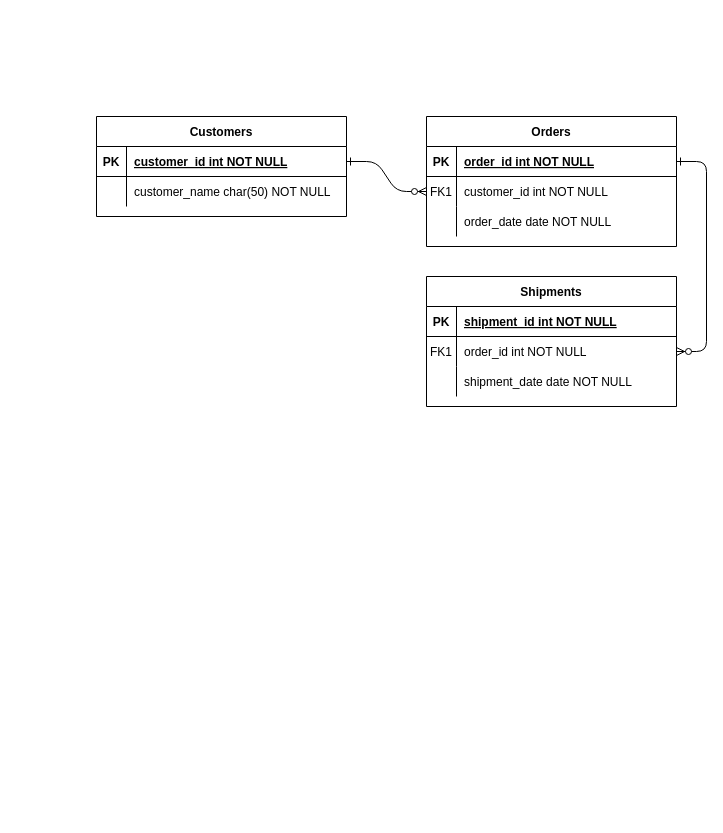
Before: Untitled Diagram.drawio in keepin-it-eazy/Keepin-it-Eazy, a draw.io diagram. Source tidied: cells renumbered, new cells numbered last; positions are measured from the earlier drawing's top-left corner, leaving out a move shared by most shapes. Both pictures are drawn from the tidied source at 100%, with x=0, y=0 at pixel (96, 116).
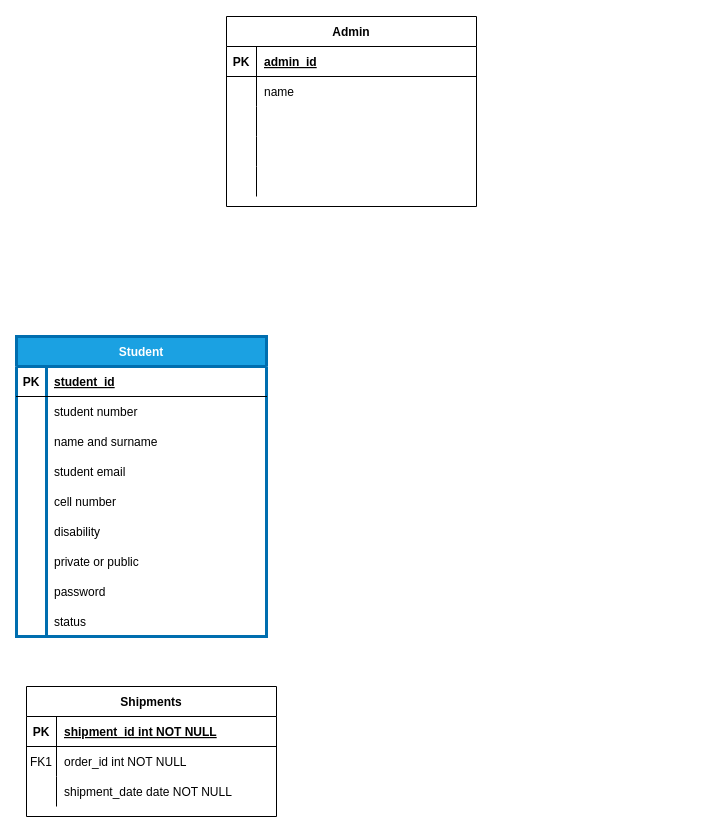
Above is the later version.

Unchanged cells that the change refers to:
```xml
<mxCell id="5" style="shape=partialRectangle;fillColor=none;points=[[0,0.5],[1,0.5]];portConstraint=eastwest;top=0;left=0;right=0;bottom=1;" parent="4" vertex="1">
  <mxGeometry y="30" width="250" height="30" as="geometry" />
</mxCell>
<mxCell id="8" style="shape=partialRectangle;fillColor=none;points=[[0,0.5],[1,0.5]];portConstraint=eastwest;top=0;left=0;right=0;bottom=0;" parent="4" vertex="1">
  <mxGeometry y="60" width="250" height="30" as="geometry" />
</mxCell>
<mxCell id="18" style="shape=partialRectangle;fillColor=none;points=[[0,0.5],[1,0.5]];portConstraint=eastwest;top=0;left=0;right=0;bottom=0;" parent="14" vertex="1">
  <mxGeometry y="60" width="250" height="30" as="geometry" />
</mxCell>
<mxCell id="25" style="shape=partialRectangle;fillColor=none;points=[[0,0.5],[1,0.5]];portConstraint=eastwest;top=0;left=0;right=0;bottom=1;" parent="24" vertex="1">
  <mxGeometry y="30" width="250" height="30" as="geometry" />
</mxCell>
<mxCell id="28" style="shape=partialRectangle;fillColor=none;top=0;left=0;right=0;bottom=0;" parent="24" vertex="1">
  <mxGeometry y="60" width="250" height="30" as="geometry" />
</mxCell>
```

Diff of the diagram source:
```diff
@@
-    <mxCell id="2" style="edgeStyle=entityRelationEdgeStyle;endArrow=ERzeroToMany;startArrow=ERone;endFill=1;startFill=0;" parent="1" edge="1" source="25" target="8">
-      <mxGeometry relative="1" as="geometry" />
-    </mxCell>
-    <mxCell id="3" style="edgeStyle=entityRelationEdgeStyle;endArrow=ERzeroToMany;startArrow=ERone;endFill=1;startFill=0;" parent="1" edge="1" source="5" target="18">
-      <mxGeometry relative="1" as="geometry" />
-    </mxCell>
-    <mxCell id="4" value="Orders" style="shape=table;startSize=30;childLayout=tableLayout;rowLines=0;fontStyle=1;align=center;" parent="1" vertex="1">
-      <mxGeometry x="330" width="250" height="130" as="geometry" />
+    <mxCell id="4" value="Student" style="shape=table;startSize=30;childLayout=tableLayout;rowLines=0;fontStyle=1;align=center;fillColor=light-dark(#1BA1E2,#1805C4);fontColor=light-dark(#FFFFFF,#FFFFFF);strokeColor=light-dark(#006EAF,#280BE7);strokeWidth=3;labelBackgroundColor=none;" parent="1" vertex="1">
+      <mxGeometry x="-80" y="220" width="250" height="300" as="geometry" />
     </mxCell>
@@
-    <mxCell id="7" value="order_id int NOT NULL " style="shape=partialRectangle;overflow=hidden;fillColor=none;top=0;left=0;bottom=0;right=0;align=left;spacingLeft=6;fontStyle=5;" parent="5" vertex="1">
+    <mxCell id="7" value="student_id" style="shape=partialRectangle;overflow=hidden;fillColor=none;top=0;left=0;bottom=0;right=0;align=left;spacingLeft=6;fontStyle=5;" parent="5" vertex="1">
       <mxGeometry x="30" width="220" height="30" as="geometry" />
     </mxCell>
@@
-    <mxCell id="9" value="FK1" style="shape=partialRectangle;overflow=hidden;fillColor=none;top=0;left=0;bottom=0;right=0;" parent="8" vertex="1">
+    <mxCell id="9" style="shape=partialRectangle;overflow=hidden;fillColor=none;top=0;left=0;bottom=0;right=0;" parent="8" vertex="1">
       <mxGeometry width="30" height="30" as="geometry" />
     </mxCell>
-    <mxCell id="10" value="customer_id int NOT NULL" style="shape=partialRectangle;overflow=hidden;fillColor=none;top=0;left=0;bottom=0;right=0;align=left;spacingLeft=6;" parent="8" vertex="1">
+    <mxCell id="10" value="student number" style="shape=partialRectangle;overflow=hidden;fillColor=none;top=0;left=0;bottom=0;right=0;align=left;spacingLeft=6;" parent="8" vertex="1">
       <mxGeometry x="30" width="220" height="30" as="geometry" />
     </mxCell>
+    <mxCell id="31" style="shape=partialRectangle;fillColor=none;top=0;left=0;right=0;bottom=0;" parent="4" vertex="1">
+      <mxGeometry y="90" width="250" height="30" as="geometry" />
+    </mxCell>
+    <mxCell id="32" style="shape=partialRectangle;overflow=hidden;fillColor=none;top=0;left=0;bottom=0;right=0;" parent="31" vertex="1">
+      <mxGeometry width="30" height="30" as="geometry" />
+    </mxCell>
+    <mxCell id="33" value="name and surname" style="shape=partialRectangle;overflow=hidden;fillColor=none;top=0;left=0;bottom=0;right=0;align=left;spacingLeft=6;" parent="31" vertex="1">
+      <mxGeometry x="30" width="220" height="30" as="geometry" />
+    </mxCell>
     <mxCell id="11" style="shape=partialRectangle;fillColor=none;top=0;left=0;right=0;bottom=0;" parent="4" vertex="1">
-      <mxGeometry y="90" width="250" height="30" as="geometry" />
+      <mxGeometry y="120" width="250" height="30" as="geometry" />
     </mxCell>
@@
-    <mxCell id="13" value="order_date date NOT NULL" style="shape=partialRectangle;overflow=hidden;fillColor=none;top=0;left=0;bottom=0;right=0;align=left;spacingLeft=6;" parent="11" vertex="1">
+    <mxCell id="13" value="student email" style="shape=partialRectangle;overflow=hidden;fillColor=none;top=0;left=0;bottom=0;right=0;align=left;spacingLeft=6;" parent="11" vertex="1">
       <mxGeometry x="30" width="220" height="30" as="geometry" />
     </mxCell>
+    <mxCell id="34" style="shape=partialRectangle;fillColor=none;top=0;left=0;right=0;bottom=0;" parent="4" vertex="1">
+      <mxGeometry y="150" width="250" height="30" as="geometry" />
+    </mxCell>
+    <mxCell id="35" style="shape=partialRectangle;overflow=hidden;fillColor=none;top=0;left=0;bottom=0;right=0;" parent="34" vertex="1">
+      <mxGeometry width="30" height="30" as="geometry" />
+    </mxCell>
+    <mxCell id="36" value="cell number" style="shape=partialRectangle;overflow=hidden;fillColor=none;top=0;left=0;bottom=0;right=0;align=left;spacingLeft=6;" parent="34" vertex="1">
+      <mxGeometry x="30" width="220" height="30" as="geometry" />
+    </mxCell>
+    <mxCell id="37" style="shape=partialRectangle;fillColor=none;top=0;left=0;right=0;bottom=0;" parent="4" vertex="1">
+      <mxGeometry y="180" width="250" height="30" as="geometry" />
+    </mxCell>
+    <mxCell id="38" style="shape=partialRectangle;overflow=hidden;fillColor=none;top=0;left=0;bottom=0;right=0;" parent="37" vertex="1">
+      <mxGeometry width="30" height="30" as="geometry" />
+    </mxCell>
+    <mxCell id="39" value="disability" style="shape=partialRectangle;overflow=hidden;fillColor=none;top=0;left=0;bottom=0;right=0;align=left;spacingLeft=6;" parent="37" vertex="1">
+      <mxGeometry x="30" width="220" height="30" as="geometry" />
+    </mxCell>
+    <mxCell id="40" style="shape=partialRectangle;fillColor=none;top=0;left=0;right=0;bottom=0;" parent="4" vertex="1">
+      <mxGeometry y="210" width="250" height="30" as="geometry" />
+    </mxCell>
+    <mxCell id="41" style="shape=partialRectangle;overflow=hidden;fillColor=none;top=0;left=0;bottom=0;right=0;" parent="40" vertex="1">
+      <mxGeometry width="30" height="30" as="geometry" />
+    </mxCell>
+    <mxCell id="42" value="private or public" style="shape=partialRectangle;overflow=hidden;fillColor=none;top=0;left=0;bottom=0;right=0;align=left;spacingLeft=6;" parent="40" vertex="1">
+      <mxGeometry x="30" width="220" height="30" as="geometry" />
+    </mxCell>
+    <mxCell id="43" style="shape=partialRectangle;fillColor=none;top=0;left=0;right=0;bottom=0;" parent="4" vertex="1">
+      <mxGeometry y="240" width="250" height="30" as="geometry" />
+    </mxCell>
+    <mxCell id="44" style="shape=partialRectangle;overflow=hidden;fillColor=none;top=0;left=0;bottom=0;right=0;" parent="43" vertex="1">
+      <mxGeometry width="30" height="30" as="geometry" />
+    </mxCell>
+    <mxCell id="45" value="password" style="shape=partialRectangle;overflow=hidden;fillColor=none;top=0;left=0;bottom=0;right=0;align=left;spacingLeft=6;" parent="43" vertex="1">
+      <mxGeometry x="30" width="220" height="30" as="geometry" />
+    </mxCell>
+    <mxCell id="46" style="shape=partialRectangle;fillColor=none;top=0;left=0;right=0;bottom=0;" parent="4" vertex="1">
+      <mxGeometry y="270" width="250" height="30" as="geometry" />
+    </mxCell>
+    <mxCell id="47" style="shape=partialRectangle;overflow=hidden;fillColor=none;top=0;left=0;bottom=0;right=0;" parent="46" vertex="1">
+      <mxGeometry width="30" height="30" as="geometry" />
+    </mxCell>
+    <mxCell id="48" value="status" style="shape=partialRectangle;overflow=hidden;fillColor=none;top=0;left=0;bottom=0;right=0;align=left;spacingLeft=6;" parent="46" vertex="1">
+      <mxGeometry x="30" width="220" height="30" as="geometry" />
+    </mxCell>
     <mxCell id="14" value="Shipments" style="shape=table;startSize=30;childLayout=tableLayout;rowLines=0;fontStyle=1;align=center;" parent="1" vertex="1">
-      <mxGeometry x="330" y="160" width="250" height="130" as="geometry" />
+      <mxGeometry x="-70" y="570" width="250" height="130" as="geometry" />
     </mxCell>
@@
-    <mxCell id="24" value="Customers" style="shape=table;startSize=30;childLayout=tableLayout;rowLines=0;fontStyle=1;align=center;" parent="1" vertex="1">
-      <mxGeometry width="250" height="100" as="geometry" />
+    <mxCell id="24" value="Admin" style="shape=table;startSize=30;childLayout=tableLayout;rowLines=0;fontStyle=1;align=center;" parent="1" vertex="1">
+      <mxGeometry x="130" y="-100" width="250" height="190" as="geometry" />
     </mxCell>
@@
-    <mxCell id="27" value="customer_id int NOT NULL " style="shape=partialRectangle;overflow=hidden;fillColor=none;top=0;left=0;bottom=0;right=0;align=left;spacingLeft=6;fontStyle=5;" parent="25" vertex="1">
+    <mxCell id="27" value="admin_id" style="shape=partialRectangle;overflow=hidden;fillColor=none;top=0;left=0;bottom=0;right=0;align=left;spacingLeft=6;fontStyle=5;" parent="25" vertex="1">
       <mxGeometry x="30" width="220" height="30" as="geometry" />
     </mxCell>
@@
-    <mxCell id="30" value="customer_name char(50) NOT NULL" style="shape=partialRectangle;overflow=hidden;fillColor=none;top=0;left=0;bottom=0;right=0;align=left;spacingLeft=6;" parent="28" vertex="1">
+    <mxCell id="30" value="name " style="shape=partialRectangle;overflow=hidden;fillColor=none;top=0;left=0;bottom=0;right=0;align=left;spacingLeft=6;" parent="28" vertex="1">
       <mxGeometry x="30" width="220" height="30" as="geometry" />
     </mxCell>
+    <mxCell id="49" style="shape=partialRectangle;fillColor=none;top=0;left=0;right=0;bottom=0;" parent="24" vertex="1">
+      <mxGeometry y="90" width="250" height="30" as="geometry" />
+    </mxCell>
+    <mxCell id="50" style="shape=partialRectangle;overflow=hidden;fillColor=none;top=0;left=0;bottom=0;right=0;" parent="49" vertex="1">
+      <mxGeometry width="30" height="30" as="geometry" />
+    </mxCell>
+    <mxCell id="51" style="shape=partialRectangle;overflow=hidden;fillColor=none;top=0;left=0;bottom=0;right=0;align=left;spacingLeft=6;" parent="49" vertex="1">
+      <mxGeometry x="30" width="220" height="30" as="geometry" />
+    </mxCell>
+    <mxCell id="52" style="shape=partialRectangle;fillColor=none;top=0;left=0;right=0;bottom=0;" parent="24" vertex="1">
+      <mxGeometry y="120" width="250" height="30" as="geometry" />
+    </mxCell>
+    <mxCell id="53" style="shape=partialRectangle;overflow=hidden;fillColor=none;top=0;left=0;bottom=0;right=0;" parent="52" vertex="1">
+      <mxGeometry width="30" height="30" as="geometry" />
+    </mxCell>
+    <mxCell id="54" style="shape=partialRectangle;overflow=hidden;fillColor=none;top=0;left=0;bottom=0;right=0;align=left;spacingLeft=6;" parent="52" vertex="1">
+      <mxGeometry x="30" width="220" height="30" as="geometry" />
+    </mxCell>
+    <mxCell id="55" style="shape=partialRectangle;fillColor=none;top=0;left=0;right=0;bottom=0;" parent="24" vertex="1">
+      <mxGeometry y="150" width="250" height="30" as="geometry" />
+    </mxCell>
+    <mxCell id="56" style="shape=partialRectangle;overflow=hidden;fillColor=none;top=0;left=0;bottom=0;right=0;" parent="55" vertex="1">
+      <mxGeometry width="30" height="30" as="geometry" />
+    </mxCell>
+    <mxCell id="57" style="shape=partialRectangle;overflow=hidden;fillColor=none;top=0;left=0;bottom=0;right=0;align=left;spacingLeft=6;" parent="55" vertex="1">
+      <mxGeometry x="30" width="220" height="30" as="geometry" />
+    </mxCell>
```
